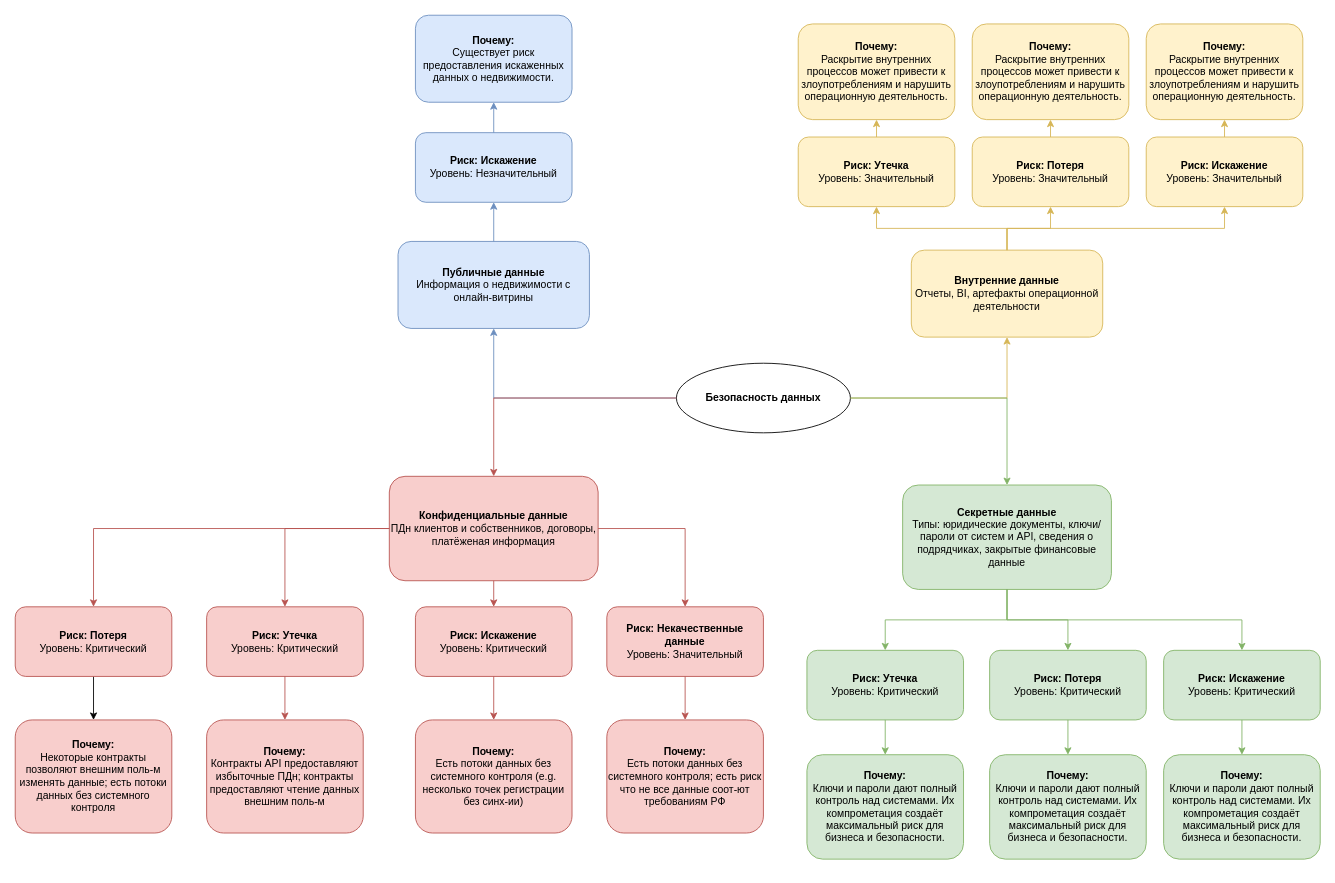
Above: Task1/PropDevelopment_Data_Security_Mindmap.drawio in Madm1key/architecture-propdevelopment (draw.io), before the change. Source tidied: cells renumbered, new cells numbered last; positions are measured from the earlier drawing's top-left corner, leaving out a move shared by most shapes. Both pictures are drawn from the tidied source at 87%, with x=0, y=0 at pixel (15, 15).
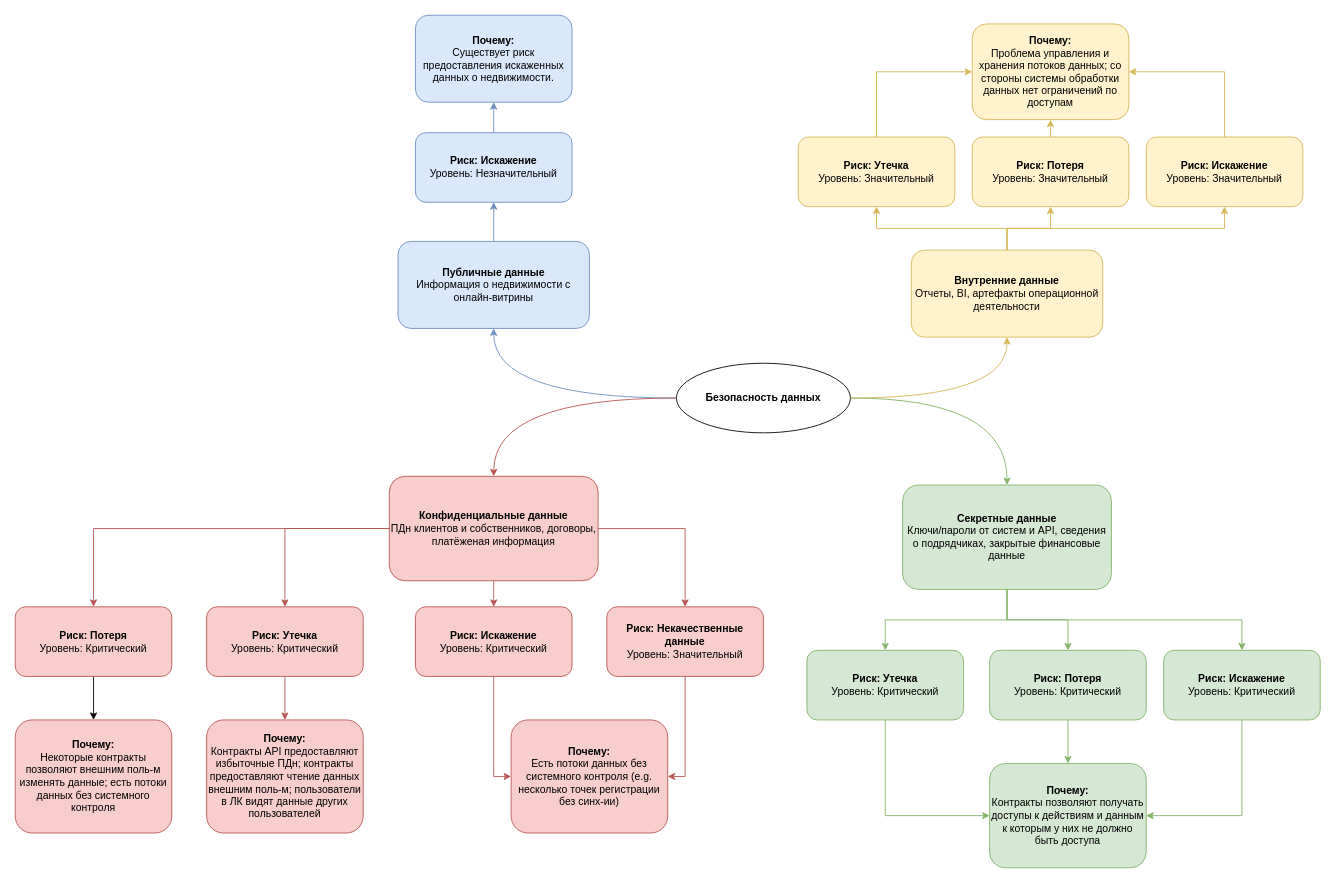
The same page after the edit.

Commit message:
update: refine data security mindmap with improved risk descriptions and connections

The change refers to these unchanged cells:
```xml
<mxCell id="2" value="&lt;b&gt;Безопасность данных&lt;/b&gt;" style="ellipse;whiteSpace=wrap;html=1;fontStyle=1;" parent="1" vertex="1">
  <mxGeometry x="760" y="400" width="200" height="80" as="geometry" />
</mxCell>
<mxCell id="3" value="&lt;b&gt;Публичные данные&lt;/b&gt;&lt;br&gt;Информация о недвижимости с онлайн-витрины" style="rounded=1;whiteSpace=wrap;html=1;fillColor=#dae8fc;strokeColor=#6c8ebf;" parent="1" vertex="1">
  <mxGeometry x="440" y="260" width="220" height="100" as="geometry" />
</mxCell>
<mxCell id="5" value="&lt;b&gt;Внутренние данные&lt;/b&gt;&lt;br&gt;Отчеты, BI, артефакты операционной деятельности" style="rounded=1;whiteSpace=wrap;html=1;fillColor=#fff2cc;strokeColor=#d6b656;" parent="1" vertex="1">
  <mxGeometry x="1030" y="270" width="220" height="100" as="geometry" />
</mxCell>
<mxCell id="7" value="&lt;b&gt;Конфиденциальные данные&lt;/b&gt;&lt;br&gt;ПДн клиентов и собственников, договоры, платёженая информация" style="rounded=1;whiteSpace=wrap;html=1;fillColor=#f8cecc;strokeColor=#b85450;" parent="1" vertex="1">
  <mxGeometry x="430" y="530" width="240" height="120" as="geometry" />
</mxCell>
<mxCell id="17" value="&lt;b&gt;Риск: Утечка&lt;/b&gt;&lt;br&gt;Уровень: Значительный" style="rounded=1;whiteSpace=wrap;html=1;fillColor=#fff2cc;strokeColor=#d6b656;align=center;verticalAlign=middle;" parent="1" vertex="1">
  <mxGeometry x="900" y="140" width="180" height="80" as="geometry" />
</mxCell>
<mxCell id="25" value="&lt;b&gt;Риск: Искажение&lt;/b&gt;&lt;br&gt;Уровень: Значительный" style="rounded=1;whiteSpace=wrap;html=1;fillColor=#fff2cc;strokeColor=#d6b656;align=center;verticalAlign=middle;" parent="1" vertex="1">
  <mxGeometry x="1300" y="140" width="180" height="80" as="geometry" />
</mxCell>
<mxCell id="34" value="&lt;b&gt;Риск: Искажение&lt;/b&gt;&lt;br&gt;Уровень: Критический" style="rounded=1;whiteSpace=wrap;html=1;fillColor=#f8cecc;strokeColor=#b85450;align=center;verticalAlign=middle;" parent="1" vertex="1">
  <mxGeometry x="460" y="680" width="180" height="80" as="geometry" />
</mxCell>
<mxCell id="38" value="&lt;b&gt;Риск: Некачественные данные&lt;/b&gt;&lt;br&gt;Уровень: Значительный" style="rounded=1;whiteSpace=wrap;html=1;fillColor=#f8cecc;strokeColor=#b85450;align=center;verticalAlign=middle;" parent="1" vertex="1">
  <mxGeometry x="680" y="680" width="180" height="80" as="geometry" />
</mxCell>
<mxCell id="42" value="&lt;b&gt;Риск: Утечка&lt;/b&gt;&lt;br&gt;Уровень: Критический" style="rounded=1;whiteSpace=wrap;html=1;fillColor=#d5e8d4;strokeColor=#82b366;align=center;verticalAlign=middle;" parent="1" vertex="1">
  <mxGeometry x="910" y="730" width="180" height="80" as="geometry" />
</mxCell>
<mxCell id="46" value="&lt;b&gt;Риск: Потеря&lt;/b&gt;&lt;br&gt;Уровень: Критический" style="rounded=1;whiteSpace=wrap;html=1;fillColor=#d5e8d4;strokeColor=#82b366;align=center;verticalAlign=middle;" parent="1" vertex="1">
  <mxGeometry x="1120" y="730" width="180" height="80" as="geometry" />
</mxCell>
<mxCell id="49" value="&lt;b&gt;Риск: Искажение&lt;/b&gt;&lt;br&gt;Уровень: Критический" style="rounded=1;whiteSpace=wrap;html=1;fillColor=#d5e8d4;strokeColor=#82b366;align=center;verticalAlign=middle;" parent="1" vertex="1">
  <mxGeometry x="1320" y="730" width="180" height="80" as="geometry" />
</mxCell>
```

Diff of the diagram source:
```diff
@@
-    <mxCell id="4" style="edgeStyle=orthogonalEdgeStyle;rounded=0;html=1;strokeColor=#6c8ebf;" parent="1" edge="1" source="2" target="3">
+    <mxCell id="4" style="edgeStyle=orthogonalEdgeStyle;rounded=0;html=1;strokeColor=#6c8ebf;curved=1;" parent="1" edge="1" source="2" target="3">
       <mxGeometry relative="1" as="geometry" />
     </mxCell>
@@
-    <mxCell id="6" style="edgeStyle=orthogonalEdgeStyle;rounded=0;html=1;strokeColor=#d6b656;" parent="1" edge="1" source="2" target="5">
+    <mxCell id="6" style="edgeStyle=orthogonalEdgeStyle;rounded=0;html=1;strokeColor=#d6b656;curved=1;" parent="1" edge="1" source="2" target="5">
       <mxGeometry relative="1" as="geometry" />
     </mxCell>
@@
-    <mxCell id="8" style="edgeStyle=orthogonalEdgeStyle;rounded=0;html=1;strokeColor=#b85450;" parent="1" edge="1" source="2" target="7">
+    <mxCell id="8" style="rounded=0;html=1;strokeColor=#b85450;edgeStyle=orthogonalEdgeStyle;curved=1;" parent="1" edge="1" source="2" target="7">
       <mxGeometry relative="1" as="geometry" />
     </mxCell>
-    <mxCell id="9" value="&lt;b&gt;Секретные данные&lt;/b&gt;&lt;br&gt;Типы: юридические документы, ключи/пароли от систем и API, сведения о подрядчиках, закрытые финансовые данные" style="rounded=1;whiteSpace=wrap;html=1;fillColor=#d5e8d4;strokeColor=#82b366;" parent="1" vertex="1">
+    <mxCell id="9" value="&lt;b&gt;Секретные данные&lt;/b&gt;&lt;br&gt;Ключи/пароли от систем и API, сведения о подрядчиках, закрытые финансовые данные" style="rounded=1;whiteSpace=wrap;html=1;fillColor=#d5e8d4;strokeColor=#82b366;" parent="1" vertex="1">
       <mxGeometry x="1020" y="540" width="240" height="120" as="geometry" />
     </mxCell>
-    <mxCell id="10" style="edgeStyle=orthogonalEdgeStyle;rounded=0;html=1;strokeColor=#82b366;" parent="1" edge="1" source="2" target="9">
+    <mxCell id="10" style="edgeStyle=orthogonalEdgeStyle;rounded=0;html=1;strokeColor=#82b366;curved=1;" parent="1" edge="1" source="2" target="9">
       <mxGeometry relative="1" as="geometry" />
     </mxCell>
@@
-    <mxCell id="18" value="&lt;b&gt;Почему:&lt;/b&gt;&lt;br&gt;Раскрытие внутренних процессов может привести к злоупотреблениям и нарушить операционную деятельность." style="rounded=1;whiteSpace=wrap;html=1;fillColor=#fff2cc;strokeColor=#d6b656;align=center;verticalAlign=middle;" parent="1" vertex="1">
-      <mxGeometry x="900" y="10" width="180" height="110" as="geometry" />
-    </mxCell>
@@
-    <mxCell id="20" style="edgeStyle=orthogonalEdgeStyle;rounded=0;html=1;strokeColor=#d6b656;endArrow=classic;" parent="1" edge="1" source="17" target="18">
+    <mxCell id="20" style="edgeStyle=orthogonalEdgeStyle;rounded=0;html=1;strokeColor=#d6b656;endArrow=classic;entryX=0;entryY=0.5;entryDx=0;entryDy=0;exitX=0.5;exitY=0;exitDx=0;exitDy=0;" parent="1" edge="1" source="17" target="22">
       <mxGeometry relative="1" as="geometry" />
     </mxCell>
@@
-    <mxCell id="22" value="&lt;b&gt;Почему:&lt;/b&gt;&lt;br&gt;Раскрытие внутренних процессов может привести к злоупотреблениям и нарушить операционную деятельность." style="rounded=1;whiteSpace=wrap;html=1;fillColor=#fff2cc;strokeColor=#d6b656;align=center;verticalAlign=middle;" parent="1" vertex="1">
+    <mxCell id="22" value="&lt;b&gt;Почему:&lt;/b&gt;&lt;br&gt;Проблема управления и хранения потоков данных; со стороны системы обработки данных нет ограничений по доступам" style="rounded=1;whiteSpace=wrap;html=1;fillColor=#fff2cc;strokeColor=#d6b656;align=center;verticalAlign=middle;" parent="1" vertex="1">
       <mxGeometry x="1100" y="10" width="180" height="110" as="geometry" />
     </mxCell>
@@
-    <mxCell id="26" value="&lt;b&gt;Почему:&lt;/b&gt;&lt;br&gt;Раскрытие внутренних процессов может привести к злоупотреблениям и нарушить операционную деятельность." style="rounded=1;whiteSpace=wrap;html=1;fillColor=#fff2cc;strokeColor=#d6b656;align=center;verticalAlign=middle;" parent="1" vertex="1">
-      <mxGeometry x="1300" y="10" width="180" height="110" as="geometry" />
-    </mxCell>
@@
-    <mxCell id="28" style="edgeStyle=orthogonalEdgeStyle;rounded=0;html=1;strokeColor=#d6b656;endArrow=classic;" parent="1" edge="1" source="25" target="26">
-      <mxGeometry relative="1" as="geometry" />
+    <mxCell id="28" style="edgeStyle=orthogonalEdgeStyle;rounded=0;html=1;strokeColor=#d6b656;endArrow=classic;entryX=1;entryY=0.5;entryDx=0;entryDy=0;" parent="1" edge="1" source="25" target="22">
+      <mxGeometry relative="1" as="geometry">
+        <Array as="points">
+          <mxPoint x="1390" y="65" />
+        </Array>
+      </mxGeometry>
     </mxCell>
@@
-    <mxCell id="30" value="&lt;b&gt;Почему:&lt;/b&gt;&lt;br&gt;Контракты API предоставляют избыточные ПДн; контракты предоставляют чтение данных внешним поль-м" style="rounded=1;whiteSpace=wrap;html=1;fillColor=#f8cecc;strokeColor=#b85450;align=center;verticalAlign=middle;" parent="1" vertex="1">
+    <mxCell id="30" value="&lt;b&gt;Почему:&lt;/b&gt;&lt;br&gt;Контракты API предоставляют избыточные ПДн; контракты предоставляют чтение данных внешним поль-м; пользователи в ЛК видят данные других пользователей" style="rounded=1;whiteSpace=wrap;html=1;fillColor=#f8cecc;strokeColor=#b85450;align=center;verticalAlign=middle;" parent="1" vertex="1">
       <mxGeometry x="220" y="810" width="180" height="130" as="geometry" />
     </mxCell>
@@
     <mxCell id="35" value="&lt;b&gt;Почему:&lt;/b&gt;&lt;br&gt;Есть потоки данных без системного контроля (e.g. несколько точек регистрации без синх-ии)" style="rounded=1;whiteSpace=wrap;html=1;fillColor=#f8cecc;strokeColor=#b85450;align=center;verticalAlign=middle;" parent="1" vertex="1">
-      <mxGeometry x="460" y="810" width="180" height="130" as="geometry" />
+      <mxGeometry x="570" y="810" width="180" height="130" as="geometry" />
     </mxCell>
@@
-    <mxCell id="37" style="edgeStyle=orthogonalEdgeStyle;rounded=0;html=1;strokeColor=#b85450;endArrow=classic;" parent="1" edge="1" source="34" target="35">
+    <mxCell id="37" style="edgeStyle=orthogonalEdgeStyle;rounded=0;html=1;strokeColor=#b85450;endArrow=classic;entryX=0;entryY=0.5;entryDx=0;entryDy=0;" parent="1" edge="1" source="34" target="35">
       <mxGeometry relative="1" as="geometry" />
     </mxCell>
@@
-    <mxCell id="39" value="&lt;b&gt;Почему:&lt;/b&gt;&lt;br&gt;Есть потоки данных без системного контроля; есть риск что не все данные соот-ют требованиям РФ" style="rounded=1;whiteSpace=wrap;html=1;fillColor=#f8cecc;strokeColor=#b85450;align=center;verticalAlign=middle;" parent="1" vertex="1">
-      <mxGeometry x="680" y="810" width="180" height="130" as="geometry" />
-    </mxCell>
@@
-    <mxCell id="41" style="edgeStyle=orthogonalEdgeStyle;rounded=0;html=1;strokeColor=#b85450;endArrow=classic;" parent="1" edge="1" source="38" target="39">
+    <mxCell id="41" style="edgeStyle=orthogonalEdgeStyle;rounded=0;html=1;strokeColor=#b85450;endArrow=classic;entryX=1;entryY=0.5;entryDx=0;entryDy=0;" parent="1" edge="1" source="38" target="35">
       <mxGeometry relative="1" as="geometry" />
     </mxCell>
@@
-    <mxCell id="43" value="&lt;b&gt;Почему:&lt;/b&gt;&lt;br&gt;Ключи и пароли дают полный контроль над системами. Их компрометация создаёт максимальный риск для бизнеса и безопасности." style="rounded=1;whiteSpace=wrap;html=1;fillColor=#d5e8d4;strokeColor=#82b366;align=center;verticalAlign=middle;" parent="1" vertex="1">
-      <mxGeometry x="910" y="850" width="180" height="120" as="geometry" />
-    </mxCell>
@@
-    <mxCell id="45" style="edgeStyle=orthogonalEdgeStyle;rounded=0;html=1;strokeColor=#82b366;endArrow=classic;" parent="1" edge="1" source="42" target="43">
-      <mxGeometry relative="1" as="geometry" />
+    <mxCell id="45" style="edgeStyle=orthogonalEdgeStyle;rounded=0;html=1;strokeColor=#82b366;endArrow=classic;entryX=0;entryY=0.5;entryDx=0;entryDy=0;" parent="1" edge="1" source="42" target="50">
+      <mxGeometry relative="1" as="geometry">
+        <Array as="points">
+          <mxPoint x="1000" y="920" />
+        </Array>
+      </mxGeometry>
     </mxCell>
@@
-    <mxCell id="47" value="&lt;b&gt;Почему:&lt;/b&gt;&lt;br&gt;Ключи и пароли дают полный контроль над системами. Их компрометация создаёт максимальный риск для бизнеса и безопасности." style="rounded=1;whiteSpace=wrap;html=1;fillColor=#d5e8d4;strokeColor=#82b366;align=center;verticalAlign=middle;" parent="1" vertex="1">
-      <mxGeometry x="1120" y="850" width="180" height="120" as="geometry" />
-    </mxCell>
-    <mxCell id="48" style="edgeStyle=orthogonalEdgeStyle;rounded=0;html=1;strokeColor=#82b366;endArrow=classic;" parent="1" edge="1" source="46" target="47">
+    <mxCell id="48" style="edgeStyle=orthogonalEdgeStyle;rounded=0;html=1;strokeColor=#82b366;endArrow=classic;entryX=0.5;entryY=0;entryDx=0;entryDy=0;" parent="1" edge="1" source="46" target="50">
       <mxGeometry relative="1" as="geometry" />
     </mxCell>
@@
-    <mxCell id="50" value="&lt;b&gt;Почему:&lt;/b&gt;&lt;br&gt;Ключи и пароли дают полный контроль над системами. Их компрометация создаёт максимальный риск для бизнеса и безопасности." style="rounded=1;whiteSpace=wrap;html=1;fillColor=#d5e8d4;strokeColor=#82b366;align=center;verticalAlign=middle;" parent="1" vertex="1">
-      <mxGeometry x="1320" y="850" width="180" height="120" as="geometry" />
+    <mxCell id="50" value="&lt;b&gt;Почему:&lt;/b&gt;&lt;br&gt;Контракты позволяют получать доступы к действиям и данным к которым у них не должно быть доступа" style="rounded=1;whiteSpace=wrap;html=1;fillColor=#d5e8d4;strokeColor=#82b366;align=center;verticalAlign=middle;" parent="1" vertex="1">
+      <mxGeometry x="1120" y="860" width="180" height="120" as="geometry" />
     </mxCell>
@@
-    <mxCell id="52" style="edgeStyle=orthogonalEdgeStyle;rounded=0;html=1;strokeColor=#82b366;endArrow=classic;" parent="1" edge="1" source="49" target="50">
-      <mxGeometry relative="1" as="geometry" />
+    <mxCell id="52" style="edgeStyle=orthogonalEdgeStyle;rounded=0;html=1;strokeColor=#82b366;endArrow=classic;entryX=1;entryY=0.5;entryDx=0;entryDy=0;" parent="1" edge="1" source="49" target="50">
+      <mxGeometry relative="1" as="geometry">
+        <Array as="points">
+          <mxPoint x="1410" y="920" />
+        </Array>
+      </mxGeometry>
     </mxCell>
```
